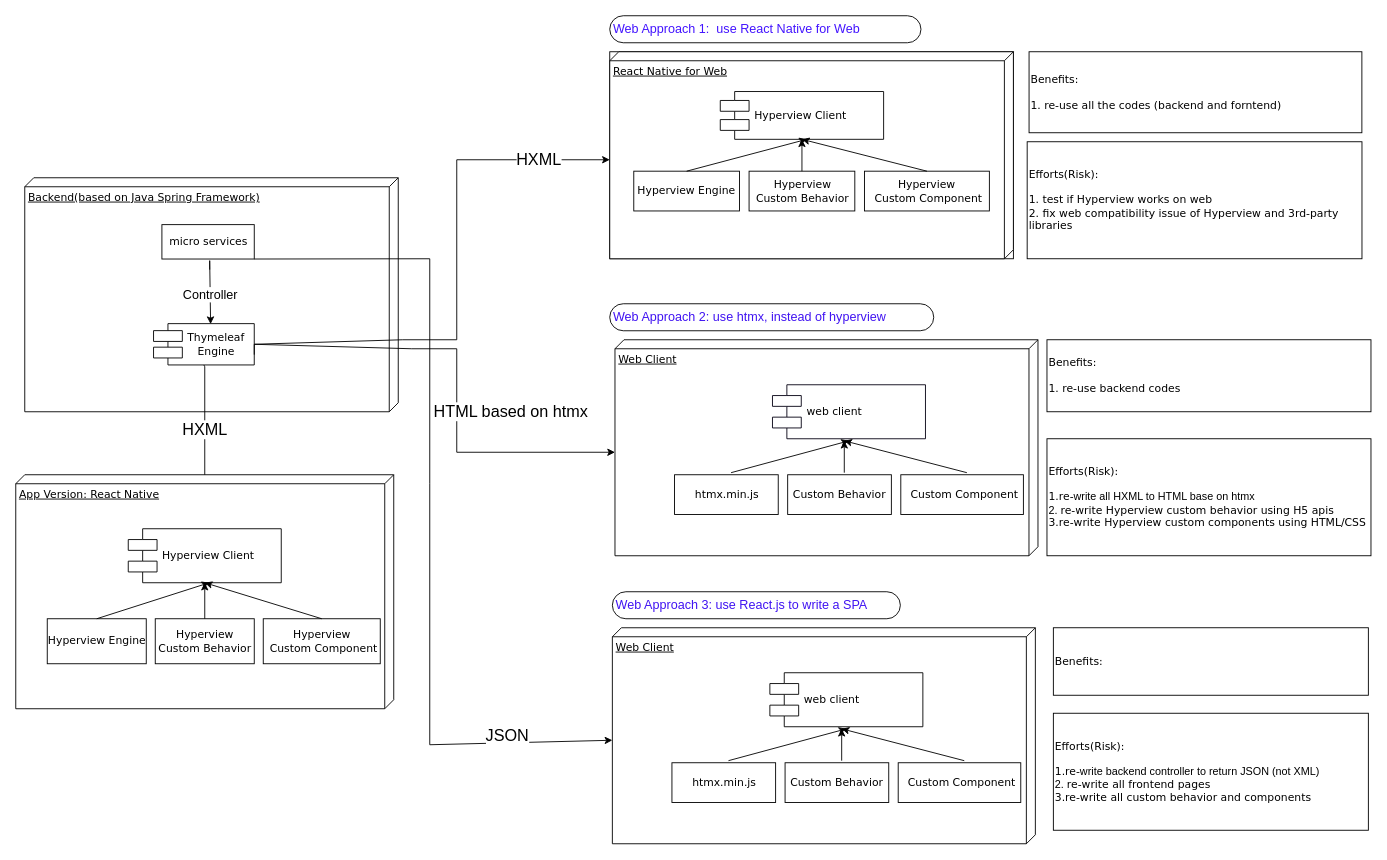
The draw.io diagram Untitled Diagram.drawio in terryatgithub/books, before the edit. Source tidied: cells renumbered, new cells numbered last; positions are measured from the earlier drawing's top-left corner, leaving out a move shared by most shapes. Both pictures are drawn from the tidied source at 90%, with x=0, y=0 at pixel (15, 15).
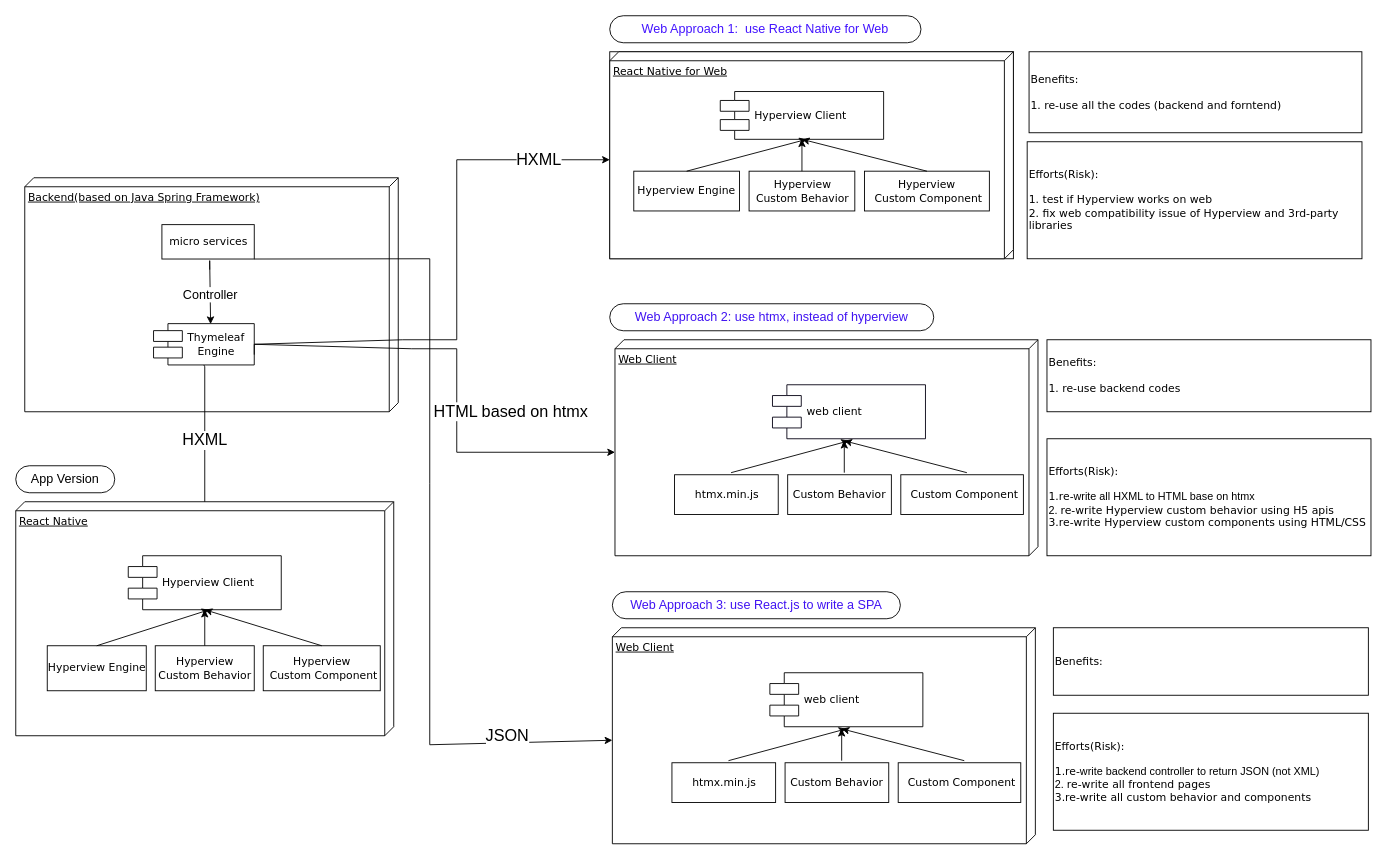
Above is the later version.

The change refers to these unchanged cells:
```xml
<mxCell id="17" style="group;" parent="1" vertex="1">
  <mxGeometry x="660" y="320" width="845.8" height="280" as="geometry" />
</mxCell>
<mxCell id="30" style="group;" parent="1" vertex="1">
  <mxGeometry x="660" width="835.8" height="270" as="geometry" />
</mxCell>
<mxCell id="43" style="group;" parent="1" vertex="1">
  <mxGeometry x="662.9" y="640" width="840" height="280" as="geometry" />
</mxCell>
```

Change to the diagram source:
```diff
@@
     <mxCell id="8" style="group;" parent="1" vertex="1">
-      <mxGeometry y="510" width="420" height="260" as="geometry" />
+      <mxGeometry y="540" width="420" height="260" as="geometry" />
     </mxCell>
-    <mxCell id="9" value="App Version: React Native" style="verticalAlign=top;align=left;spacingTop=8;spacingLeft=2;spacingRight=12;shape=cube;size=10;direction=south;fontStyle=4;html=1;rounded=0;shadow=0;comic=0;labelBackgroundColor=none;strokeWidth=1;fontFamily=Verdana;fontSize=12;" parent="8" vertex="1">
+    <mxCell id="9" value="React Native" style="verticalAlign=top;align=left;spacingTop=8;spacingLeft=2;spacingRight=12;shape=cube;size=10;direction=south;fontStyle=4;html=1;rounded=0;shadow=0;comic=0;labelBackgroundColor=none;strokeWidth=1;fontFamily=Verdana;fontSize=12;" parent="8" vertex="1">
       <mxGeometry width="420" height="260" as="geometry" />
     </mxCell>
@@
-    <mxCell id="18" value="&lt;font&gt;Web Approach 2: use htmx, instead of hyperview&lt;/font&gt;" style="whiteSpace=wrap;html=1;rounded=1;arcSize=50;align=left;verticalAlign=middle;strokeWidth=1;spacing=4;newEdgeStyle={&quot;edgeStyle&quot;:&quot;entityRelationEdgeStyle&quot;,&quot;startArrow&quot;:&quot;none&quot;,&quot;endArrow&quot;:&quot;none&quot;,&quot;segment&quot;:10,&quot;curved&quot;:1};fontSize=14;fontColor=#4013F2;" parent="17" vertex="1">
+    <mxCell id="18" value="&lt;font&gt;Web Approach 2: use htmx, instead of hyperview&lt;/font&gt;" style="whiteSpace=wrap;html=1;rounded=1;arcSize=50;align=center;verticalAlign=middle;strokeWidth=1;spacing=4;newEdgeStyle={&quot;edgeStyle&quot;:&quot;entityRelationEdgeStyle&quot;,&quot;startArrow&quot;:&quot;none&quot;,&quot;endArrow&quot;:&quot;none&quot;,&quot;segment&quot;:10,&quot;curved&quot;:1};fontSize=14;fontColor=#4013F2;" parent="17" vertex="1">
       <mxGeometry width="360" height="30" as="geometry" />
     </mxCell>
@@
-    <mxCell id="31" value="&lt;font&gt;Web Approach 1:&amp;nbsp;&amp;nbsp;use React Native for Web&lt;/font&gt;" style="whiteSpace=wrap;html=1;rounded=1;arcSize=50;align=left;verticalAlign=middle;strokeWidth=1;spacing=4;newEdgeStyle={&quot;edgeStyle&quot;:&quot;entityRelationEdgeStyle&quot;,&quot;startArrow&quot;:&quot;none&quot;,&quot;endArrow&quot;:&quot;none&quot;,&quot;segment&quot;:10,&quot;curved&quot;:1};fontSize=14;fontColor=#4314FF;" parent="30" vertex="1">
+    <mxCell id="31" value="&lt;font&gt;Web Approach 1:&amp;nbsp;&amp;nbsp;use React Native for Web&lt;/font&gt;" style="whiteSpace=wrap;html=1;rounded=1;arcSize=50;align=center;verticalAlign=middle;strokeWidth=1;spacing=4;newEdgeStyle={&quot;edgeStyle&quot;:&quot;entityRelationEdgeStyle&quot;,&quot;startArrow&quot;:&quot;none&quot;,&quot;endArrow&quot;:&quot;none&quot;,&quot;segment&quot;:10,&quot;curved&quot;:1};fontSize=14;fontColor=#4314FF;" parent="30" vertex="1">
       <mxGeometry width="345.8" height="30" as="geometry" />
     </mxCell>
@@
-    <mxCell id="44" value="&lt;font&gt;Web Approach 3: use React.js to write a SPA&lt;/font&gt;" style="whiteSpace=wrap;html=1;rounded=1;arcSize=50;align=left;verticalAlign=middle;strokeWidth=1;spacing=4;newEdgeStyle={&quot;edgeStyle&quot;:&quot;entityRelationEdgeStyle&quot;,&quot;startArrow&quot;:&quot;none&quot;,&quot;endArrow&quot;:&quot;none&quot;,&quot;segment&quot;:10,&quot;curved&quot;:1};fontSize=14;fontColor=#4013F2;" parent="43" vertex="1">
+    <mxCell id="44" value="&lt;font&gt;Web Approach 3: use React.js to write a SPA&lt;/font&gt;" style="whiteSpace=wrap;html=1;rounded=1;arcSize=50;align=center;verticalAlign=middle;strokeWidth=1;spacing=4;newEdgeStyle={&quot;edgeStyle&quot;:&quot;entityRelationEdgeStyle&quot;,&quot;startArrow&quot;:&quot;none&quot;,&quot;endArrow&quot;:&quot;none&quot;,&quot;segment&quot;:10,&quot;curved&quot;:1};fontSize=14;fontColor=#4013F2;" parent="43" vertex="1">
       <mxGeometry width="320" height="30" as="geometry" />
     </mxCell>
@@
+    <mxCell id="60" value="&lt;font&gt;App Version&lt;/font&gt;" style="whiteSpace=wrap;html=1;rounded=1;arcSize=50;align=center;verticalAlign=middle;strokeWidth=1;spacing=4;newEdgeStyle={&quot;edgeStyle&quot;:&quot;entityRelationEdgeStyle&quot;,&quot;startArrow&quot;:&quot;none&quot;,&quot;endArrow&quot;:&quot;none&quot;,&quot;segment&quot;:10,&quot;curved&quot;:1};fontSize=14;fontColor=#000000;" parent="1" vertex="1">
+      <mxGeometry y="500" width="110" height="30" as="geometry" />
+    </mxCell>
```
